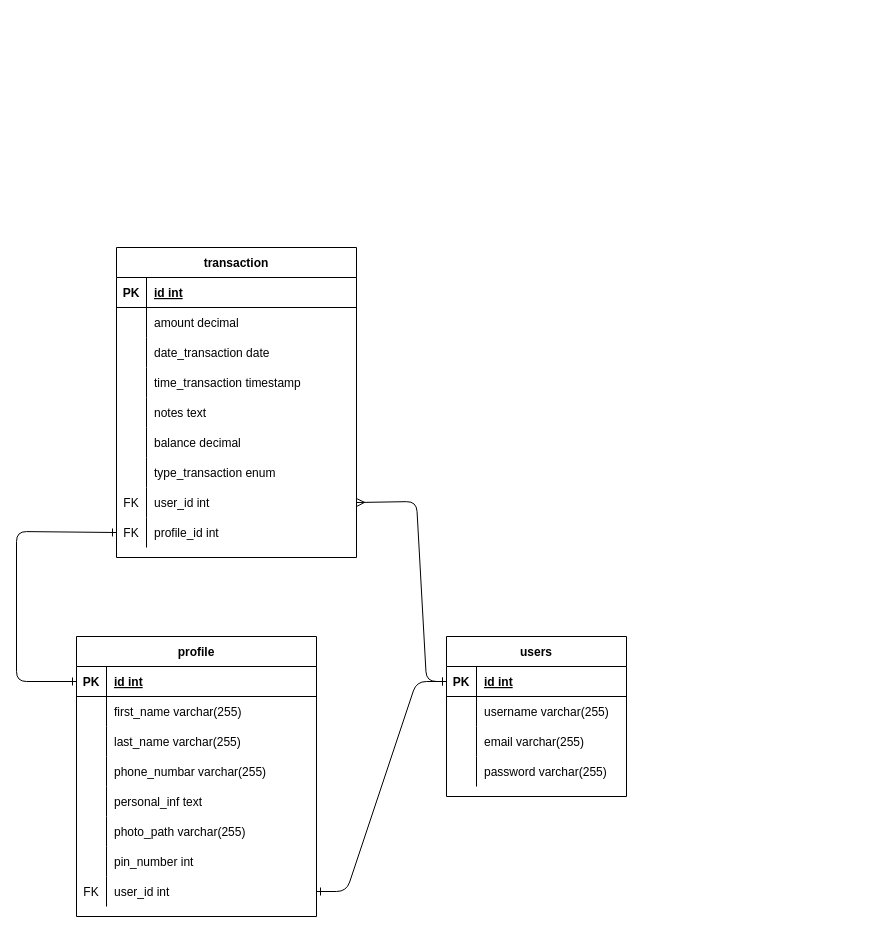
The draw.io diagram erd.drawio in afrizalsofyan/fw9-backend, before the edit. Source tidied: cells renumbered, new cells numbered last; positions are measured from the earlier drawing's top-left corner, leaving out a move shared by most shapes. Both pictures are drawn from the tidied source at 100%, with x=0, y=0 at pixel (16, 247).
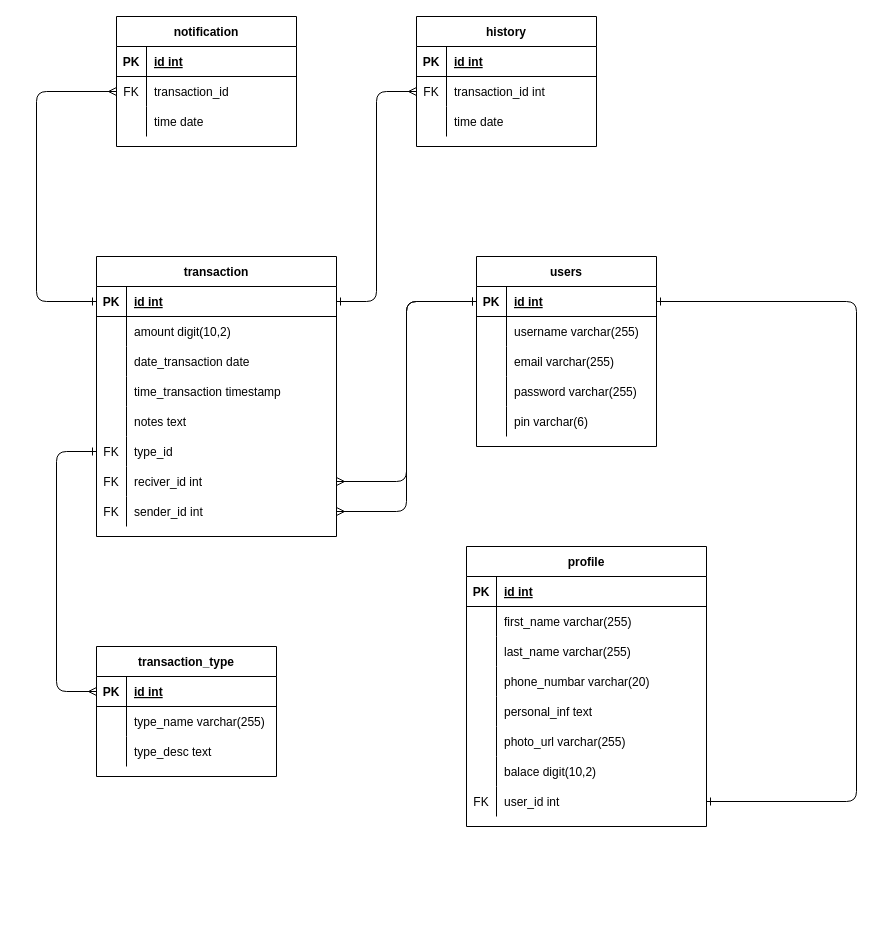
After the change.

The change refers to these unchanged cells:
```xml
<mxCell id="3" style="shape=partialRectangle;fillColor=none;top=0;left=0;bottom=1;right=0;points=[[0,0.5],[1,0.5]];portConstraint=eastwest;" parent="2" vertex="1">
  <mxGeometry y="30" width="180" height="30" as="geometry" />
</mxCell>
<mxCell id="17" style="shape=partialRectangle;fillColor=none;top=0;left=0;bottom=1;right=0;points=[[0,0.5],[1,0.5]];portConstraint=eastwest;" parent="16" vertex="1">
  <mxGeometry y="30" width="240" height="30" as="geometry" />
</mxCell>
<mxCell id="26" style="shape=partialRectangle;fillColor=none;top=0;left=0;bottom=0;right=0;" parent="16" vertex="1">
  <mxGeometry y="120" width="240" height="30" as="geometry" />
</mxCell>
<mxCell id="32" style="shape=partialRectangle;fillColor=none;top=0;left=0;bottom=0;right=0;" parent="16" vertex="1">
  <mxGeometry y="180" width="240" height="30" as="geometry" />
</mxCell>
<mxCell id="35" style="shape=partialRectangle;fillColor=none;top=0;left=0;bottom=0;right=0;" parent="16" vertex="1">
  <mxGeometry y="210" width="240" height="30" as="geometry" />
</mxCell>
<mxCell id="38" style="shape=partialRectangle;fillColor=none;top=0;left=0;bottom=0;right=0;points=[[0,0.5],[1,0.5]];portConstraint=eastwest;" parent="16" vertex="1">
  <mxGeometry y="240" width="240" height="30" as="geometry" />
</mxCell>
<mxCell id="43" style="shape=partialRectangle;fillColor=none;top=0;left=0;bottom=1;right=0;points=[[0,0.5],[1,0.5]];portConstraint=eastwest;" parent="42" vertex="1">
  <mxGeometry y="30" width="240" height="30" as="geometry" />
</mxCell>
<mxCell id="46" style="shape=partialRectangle;fillColor=none;top=0;left=0;bottom=0;right=0;" parent="42" vertex="1">
  <mxGeometry y="60" width="240" height="30" as="geometry" />
</mxCell>
```

Change to the diagram source:
```diff
@@
     <mxCell id="2" value="users" style="shape=table;startSize=30;childLayout=tableLayout;rowLines=0;fontStyle=1;align=center;" parent="1" vertex="1">
-      <mxGeometry x="430" y="389" width="180" height="160" as="geometry" />
+      <mxGeometry x="460" y="9" width="180" height="190" as="geometry" />
     </mxCell>
@@
-    <mxCell id="15" style="edgeStyle=none;html=1;entryX=0;entryY=0.5;entryDx=0;entryDy=0;startArrow=ERone;startFill=0;exitX=0;exitY=0.5;exitDx=0;exitDy=0;endArrow=ERone;endFill=0;" parent="1" edge="1" source="17" target="67">
-      <mxGeometry relative="1" as="geometry">
-        <Array as="points">
-          <mxPoint y="434" />
-          <mxPoint y="284" />
-        </Array>
-      </mxGeometry>
-    </mxCell>
+    <mxCell id="71" style="shape=partialRectangle;fillColor=none;top=0;left=0;bottom=0;right=0;" parent="2" vertex="1">
+      <mxGeometry y="150" width="180" height="30" as="geometry" />
+    </mxCell>
+    <mxCell id="72" style="shape=partialRectangle;fillColor=none;top=0;left=0;bottom=0;right=0;overflow=hidden;" parent="71" vertex="1">
+      <mxGeometry width="30" height="30" as="geometry" />
+    </mxCell>
+    <mxCell id="73" value="pin varchar(6)" style="shape=partialRectangle;fillColor=none;top=0;left=0;bottom=0;right=0;align=left;spacingLeft=6;overflow=hidden;" parent="71" vertex="1">
+      <mxGeometry x="30" width="150" height="30" as="geometry" />
+    </mxCell>
     <mxCell id="16" value="profile" style="shape=table;startSize=30;childLayout=tableLayout;rowLines=0;fontStyle=1;align=center;" parent="1" vertex="1">
-      <mxGeometry x="60" y="389" width="240" height="280" as="geometry" />
+      <mxGeometry x="450" y="299" width="240" height="280" as="geometry" />
     </mxCell>
@@
-    <mxCell id="28" value="phone_numbar varchar(255)" style="shape=partialRectangle;fillColor=none;top=0;left=0;bottom=0;right=0;align=left;spacingLeft=6;overflow=hidden;" parent="26" vertex="1">
+    <mxCell id="28" value="phone_numbar varchar(20)" style="shape=partialRectangle;fillColor=none;top=0;left=0;bottom=0;right=0;align=left;spacingLeft=6;overflow=hidden;" parent="26" vertex="1">
       <mxGeometry x="30" width="210" height="30" as="geometry" />
     </mxCell>
@@
-    <mxCell id="34" value="photo_path varchar(255)" style="shape=partialRectangle;fillColor=none;top=0;left=0;bottom=0;right=0;align=left;spacingLeft=6;overflow=hidden;" parent="32" vertex="1">
+    <mxCell id="34" value="photo_url varchar(255)" style="shape=partialRectangle;fillColor=none;top=0;left=0;bottom=0;right=0;align=left;spacingLeft=6;overflow=hidden;" parent="32" vertex="1">
       <mxGeometry x="30" width="210" height="30" as="geometry" />
     </mxCell>
@@
-    <mxCell id="36" style="shape=partialRectangle;fillColor=none;top=0;left=0;bottom=0;right=0;overflow=hidden;" parent="35" vertex="1">
-      <mxGeometry width="30" height="30" as="geometry" />
-    </mxCell>
-    <mxCell id="37" value="pin_number int" style="shape=partialRectangle;fillColor=none;top=0;left=0;bottom=0;right=0;align=left;spacingLeft=6;overflow=hidden;" parent="35" vertex="1">
-      <mxGeometry x="30" width="210" height="30" as="geometry" />
-    </mxCell>
+    <mxCell id="74" style="shape=partialRectangle;fillColor=none;top=0;left=0;bottom=0;right=0;overflow=hidden;" parent="35" vertex="1">
+      <mxGeometry width="30" height="30" as="geometry" />
+    </mxCell>
+    <mxCell id="75" value="balace digit(10,2)" style="shape=partialRectangle;fillColor=none;top=0;left=0;bottom=0;right=0;align=left;spacingLeft=6;overflow=hidden;" parent="35" vertex="1">
+      <mxGeometry x="30" width="210" height="30" as="geometry" />
+    </mxCell>
@@
-    <mxCell id="41" style="edgeStyle=none;html=1;startArrow=ERmany;startFill=0;endArrow=ERone;endFill=0;exitX=1;exitY=0.5;exitDx=0;exitDy=0;" parent="1" edge="1" source="64">
-      <mxGeometry relative="1" as="geometry">
-        <mxPoint x="430" y="434" as="targetPoint" />
-        <Array as="points">
-          <mxPoint x="400" y="254" />
-          <mxPoint x="410" y="434" />
-        </Array>
-      </mxGeometry>
-    </mxCell>
     <mxCell id="42" value="transaction" style="shape=table;startSize=30;childLayout=tableLayout;rowLines=0;fontStyle=1;align=center;" parent="1" vertex="1">
-      <mxGeometry x="100" width="240" height="310" as="geometry" />
+      <mxGeometry x="80" y="9" width="240" height="280" as="geometry" />
     </mxCell>
@@
-    <mxCell id="48" value="amount decimal" style="shape=partialRectangle;fillColor=none;top=0;left=0;bottom=0;right=0;align=left;spacingLeft=6;overflow=hidden;" parent="46" vertex="1">
+    <mxCell id="48" value="amount digit(10,2)" style="shape=partialRectangle;fillColor=none;top=0;left=0;bottom=0;right=0;align=left;spacingLeft=6;overflow=hidden;" parent="46" vertex="1">
       <mxGeometry x="30" width="210" height="30" as="geometry" />
     </mxCell>
@@
-    <mxCell id="58" style="shape=partialRectangle;fillColor=none;top=0;left=0;bottom=0;right=0;" parent="42" vertex="1">
-      <mxGeometry y="180" width="240" height="30" as="geometry" />
-    </mxCell>
-    <mxCell id="59" style="shape=partialRectangle;fillColor=none;top=0;left=0;bottom=0;right=0;overflow=hidden;" parent="58" vertex="1">
-      <mxGeometry width="30" height="30" as="geometry" />
-    </mxCell>
-    <mxCell id="60" value="balance decimal" style="shape=partialRectangle;fillColor=none;top=0;left=0;bottom=0;right=0;align=left;spacingLeft=6;overflow=hidden;" parent="58" vertex="1">
-      <mxGeometry x="30" width="210" height="30" as="geometry" />
-    </mxCell>
     <mxCell id="61" style="shape=partialRectangle;fillColor=none;top=0;left=0;bottom=0;right=0;points=[[0,0.5],[1,0.5]];portConstraint=eastwest;" parent="42" vertex="1">
-      <mxGeometry y="210" width="240" height="30" as="geometry" />
+      <mxGeometry y="180" width="240" height="30" as="geometry" />
     </mxCell>
-    <mxCell id="62" style="shape=partialRectangle;fillColor=none;top=0;left=0;bottom=0;right=0;overflow=hidden;" parent="61" vertex="1">
+    <mxCell id="62" value="FK" style="shape=partialRectangle;fillColor=none;top=0;left=0;bottom=0;right=0;overflow=hidden;" parent="61" vertex="1">
       <mxGeometry width="30" height="30" as="geometry" />
     </mxCell>
-    <mxCell id="63" value="type_transaction enum" style="shape=partialRectangle;fillColor=none;top=0;left=0;bottom=0;right=0;align=left;spacingLeft=6;overflow=hidden;" parent="61" vertex="1">
+    <mxCell id="63" value="type_id" style="shape=partialRectangle;fillColor=none;top=0;left=0;bottom=0;right=0;align=left;spacingLeft=6;overflow=hidden;" parent="61" vertex="1">
       <mxGeometry x="30" width="210" height="30" as="geometry" />
     </mxCell>
     <mxCell id="64" style="shape=partialRectangle;fillColor=none;top=0;left=0;bottom=0;right=0;points=[[0,0.5],[1,0.5]];portConstraint=eastwest;" parent="42" vertex="1">
-      <mxGeometry y="240" width="240" height="30" as="geometry" />
+      <mxGeometry y="210" width="240" height="30" as="geometry" />
     </mxCell>
@@
-    <mxCell id="66" value="user_id int" style="shape=partialRectangle;fillColor=none;top=0;left=0;bottom=0;right=0;align=left;spacingLeft=6;overflow=hidden;" parent="64" vertex="1">
+    <mxCell id="66" value="reciver_id int" style="shape=partialRectangle;fillColor=none;top=0;left=0;bottom=0;right=0;align=left;spacingLeft=6;overflow=hidden;" parent="64" vertex="1">
       <mxGeometry x="30" width="210" height="30" as="geometry" />
     </mxCell>
     <mxCell id="67" style="shape=partialRectangle;fillColor=none;top=0;left=0;bottom=0;right=0;points=[[0,0.5],[1,0.5]];portConstraint=eastwest;" parent="42" vertex="1">
-      <mxGeometry y="270" width="240" height="30" as="geometry" />
+      <mxGeometry y="240" width="240" height="30" as="geometry" />
     </mxCell>
@@
-    <mxCell id="69" value="profile_id int" style="shape=partialRectangle;fillColor=none;top=0;left=0;bottom=0;right=0;align=left;spacingLeft=6;overflow=hidden;" parent="67" vertex="1">
+    <mxCell id="69" value="sender_id int" style="shape=partialRectangle;fillColor=none;top=0;left=0;bottom=0;right=0;align=left;spacingLeft=6;overflow=hidden;" parent="67" vertex="1">
       <mxGeometry x="30" width="210" height="30" as="geometry" />
     </mxCell>
-    <mxCell id="70" style="edgeStyle=entityRelationEdgeStyle;fontSize=12;html=1;endArrow=ERone;endFill=1;exitX=1;exitY=0.5;exitDx=0;exitDy=0;entryX=0;entryY=0.5;entryDx=0;entryDy=0;startArrow=ERone;startFill=0;" parent="1" edge="1" source="38" target="3">
-      <mxGeometry relative="1" as="geometry" />
-    </mxCell>
+    <mxCell id="76" value="transaction_type" style="shape=table;startSize=30;childLayout=tableLayout;rowLines=0;fontStyle=1;align=center;" parent="1" vertex="1">
+      <mxGeometry x="80" y="399" width="180" height="130" as="geometry" />
+    </mxCell>
+    <mxCell id="77" style="shape=partialRectangle;fillColor=none;top=0;left=0;bottom=1;right=0;points=[[0,0.5],[1,0.5]];portConstraint=eastwest;" parent="76" vertex="1">
+      <mxGeometry y="30" width="180" height="30" as="geometry" />
+    </mxCell>
+    <mxCell id="78" value="PK" style="shape=partialRectangle;fillColor=none;top=0;left=0;bottom=0;right=0;fontStyle=1;overflow=hidden;" parent="77" vertex="1">
+      <mxGeometry width="30" height="30" as="geometry" />
+    </mxCell>
+    <mxCell id="79" value="id int" style="shape=partialRectangle;fillColor=none;top=0;left=0;bottom=0;right=0;align=left;spacingLeft=6;fontStyle=5;overflow=hidden;" parent="77" vertex="1">
+      <mxGeometry x="30" width="150" height="30" as="geometry" />
+    </mxCell>
+    <mxCell id="80" style="shape=partialRectangle;fillColor=none;top=0;left=0;bottom=0;right=0;" parent="76" vertex="1">
+      <mxGeometry y="60" width="180" height="30" as="geometry" />
+    </mxCell>
+    <mxCell id="81" style="shape=partialRectangle;fillColor=none;top=0;left=0;bottom=0;right=0;overflow=hidden;" parent="80" vertex="1">
+      <mxGeometry width="30" height="30" as="geometry" />
+    </mxCell>
+    <mxCell id="82" value="type_name varchar(255)" style="shape=partialRectangle;fillColor=none;top=0;left=0;bottom=0;right=0;align=left;spacingLeft=6;overflow=hidden;" parent="80" vertex="1">
+      <mxGeometry x="30" width="150" height="30" as="geometry" />
+    </mxCell>
+    <mxCell id="83" style="shape=partialRectangle;fillColor=none;top=0;left=0;bottom=0;right=0;" parent="76" vertex="1">
+      <mxGeometry y="90" width="180" height="30" as="geometry" />
+    </mxCell>
+    <mxCell id="84" style="shape=partialRectangle;fillColor=none;top=0;left=0;bottom=0;right=0;overflow=hidden;" parent="83" vertex="1">
+      <mxGeometry width="30" height="30" as="geometry" />
+    </mxCell>
+    <mxCell id="85" value="type_desc text" style="shape=partialRectangle;fillColor=none;top=0;left=0;bottom=0;right=0;align=left;spacingLeft=6;overflow=hidden;" parent="83" vertex="1">
+      <mxGeometry x="30" width="150" height="30" as="geometry" />
+    </mxCell>
+    <mxCell id="86" style="edgeStyle=orthogonalEdgeStyle;html=1;endArrow=ERone;endFill=0;startArrow=ERone;startFill=0;" parent="1" edge="1" source="38">
+      <mxGeometry relative="1" as="geometry">
+        <mxPoint x="640" y="54" as="targetPoint" />
+        <Array as="points">
+          <mxPoint x="840" y="554" />
+          <mxPoint x="840" y="54" />
+        </Array>
+      </mxGeometry>
+    </mxCell>
+    <mxCell id="87" style="edgeStyle=orthogonalEdgeStyle;html=1;entryX=0;entryY=0.5;entryDx=0;entryDy=0;startArrow=ERmany;startFill=0;endArrow=ERone;endFill=0;" parent="1" edge="1" source="64" target="3">
+      <mxGeometry relative="1" as="geometry" />
+    </mxCell>
+    <mxCell id="88" style="edgeStyle=orthogonalEdgeStyle;html=1;entryX=0;entryY=0.5;entryDx=0;entryDy=0;startArrow=ERmany;startFill=0;endArrow=ERone;endFill=0;" parent="1" edge="1" source="67" target="3">
+      <mxGeometry relative="1" as="geometry" />
+    </mxCell>
+    <mxCell id="89" style="edgeStyle=orthogonalEdgeStyle;html=1;entryX=0;entryY=0.5;entryDx=0;entryDy=0;startArrow=ERone;startFill=0;endArrow=ERmany;endFill=0;" parent="1" edge="1" source="61" target="77">
+      <mxGeometry relative="1" as="geometry">
+        <Array as="points">
+          <mxPoint x="40" y="204" />
+          <mxPoint x="40" y="444" />
+        </Array>
+      </mxGeometry>
+    </mxCell>
+    <mxCell id="90" value="notification" style="shape=table;startSize=30;childLayout=tableLayout;rowLines=0;fontStyle=1;align=center;" parent="1" vertex="1">
+      <mxGeometry x="100" y="-231" width="180" height="130" as="geometry" />
+    </mxCell>
+    <mxCell id="91" style="shape=partialRectangle;fillColor=none;top=0;left=0;bottom=1;right=0;" parent="90" vertex="1">
+      <mxGeometry y="30" width="180" height="30" as="geometry" />
+    </mxCell>
+    <mxCell id="92" value="PK" style="shape=partialRectangle;fillColor=none;top=0;left=0;bottom=0;right=0;fontStyle=1;overflow=hidden;" parent="91" vertex="1">
+      <mxGeometry width="30" height="30" as="geometry" />
+    </mxCell>
+    <mxCell id="93" value="id int" style="shape=partialRectangle;fillColor=none;top=0;left=0;bottom=0;right=0;align=left;spacingLeft=6;fontStyle=5;overflow=hidden;" parent="91" vertex="1">
+      <mxGeometry x="30" width="150" height="30" as="geometry" />
+    </mxCell>
+    <mxCell id="94" style="shape=partialRectangle;fillColor=none;top=0;left=0;bottom=0;right=0;points=[[0,0.5],[1,0.5]];portConstraint=eastwest;" parent="90" vertex="1">
+      <mxGeometry y="60" width="180" height="30" as="geometry" />
+    </mxCell>
+    <mxCell id="95" value="FK" style="shape=partialRectangle;fillColor=none;top=0;left=0;bottom=0;right=0;overflow=hidden;" parent="94" vertex="1">
+      <mxGeometry width="30" height="30" as="geometry" />
+    </mxCell>
+    <mxCell id="96" value="transaction_id" style="shape=partialRectangle;fillColor=none;top=0;left=0;bottom=0;right=0;align=left;spacingLeft=6;overflow=hidden;" parent="94" vertex="1">
+      <mxGeometry x="30" width="150" height="30" as="geometry" />
+    </mxCell>
+    <mxCell id="97" style="shape=partialRectangle;fillColor=none;top=0;left=0;bottom=0;right=0;" parent="90" vertex="1">
+      <mxGeometry y="90" width="180" height="30" as="geometry" />
+    </mxCell>
+    <mxCell id="98" style="shape=partialRectangle;fillColor=none;top=0;left=0;bottom=0;right=0;overflow=hidden;" parent="97" vertex="1">
+      <mxGeometry width="30" height="30" as="geometry" />
+    </mxCell>
+    <mxCell id="99" value="time date" style="shape=partialRectangle;fillColor=none;top=0;left=0;bottom=0;right=0;align=left;spacingLeft=6;overflow=hidden;" parent="97" vertex="1">
+      <mxGeometry x="30" width="150" height="30" as="geometry" />
+    </mxCell>
+    <mxCell id="100" value="history" style="shape=table;startSize=30;childLayout=tableLayout;rowLines=0;fontStyle=1;align=center;" parent="1" vertex="1">
+      <mxGeometry x="400" y="-231" width="180" height="130" as="geometry" />
+    </mxCell>
+    <mxCell id="101" style="shape=partialRectangle;fillColor=none;top=0;left=0;bottom=1;right=0;" parent="100" vertex="1">
+      <mxGeometry y="30" width="180" height="30" as="geometry" />
+    </mxCell>
+    <mxCell id="102" value="PK" style="shape=partialRectangle;fillColor=none;top=0;left=0;bottom=0;right=0;fontStyle=1;overflow=hidden;" parent="101" vertex="1">
+      <mxGeometry width="30" height="30" as="geometry" />
+    </mxCell>
+    <mxCell id="103" value="id int" style="shape=partialRectangle;fillColor=none;top=0;left=0;bottom=0;right=0;align=left;spacingLeft=6;fontStyle=5;overflow=hidden;" parent="101" vertex="1">
+      <mxGeometry x="30" width="150" height="30" as="geometry" />
+    </mxCell>
+    <mxCell id="104" style="shape=partialRectangle;fillColor=none;top=0;left=0;bottom=0;right=0;points=[[0,0.5],[1,0.5]];portConstraint=eastwest;" parent="100" vertex="1">
+      <mxGeometry y="60" width="180" height="30" as="geometry" />
+    </mxCell>
+    <mxCell id="105" value="FK" style="shape=partialRectangle;fillColor=none;top=0;left=0;bottom=0;right=0;overflow=hidden;" parent="104" vertex="1">
+      <mxGeometry width="30" height="30" as="geometry" />
+    </mxCell>
+    <mxCell id="106" value="transaction_id int" style="shape=partialRectangle;fillColor=none;top=0;left=0;bottom=0;right=0;align=left;spacingLeft=6;overflow=hidden;" parent="104" vertex="1">
+      <mxGeometry x="30" width="150" height="30" as="geometry" />
+    </mxCell>
+    <mxCell id="107" style="shape=partialRectangle;fillColor=none;top=0;left=0;bottom=0;right=0;" parent="100" vertex="1">
+      <mxGeometry y="90" width="180" height="30" as="geometry" />
+    </mxCell>
+    <mxCell id="108" style="shape=partialRectangle;fillColor=none;top=0;left=0;bottom=0;right=0;overflow=hidden;" parent="107" vertex="1">
+      <mxGeometry width="30" height="30" as="geometry" />
+    </mxCell>
+    <mxCell id="109" value="time date" style="shape=partialRectangle;fillColor=none;top=0;left=0;bottom=0;right=0;align=left;spacingLeft=6;overflow=hidden;" parent="107" vertex="1">
+      <mxGeometry x="30" width="150" height="30" as="geometry" />
+    </mxCell>
+    <mxCell id="110" style="edgeStyle=orthogonalEdgeStyle;html=1;exitX=0;exitY=0.5;exitDx=0;exitDy=0;entryX=0;entryY=0.5;entryDx=0;entryDy=0;startArrow=ERone;startFill=0;endArrow=ERmany;endFill=0;" parent="1" edge="1" source="43" target="94">
+      <mxGeometry relative="1" as="geometry">
+        <Array as="points">
+          <mxPoint x="20" y="54" />
+          <mxPoint x="20" y="-156" />
+        </Array>
+      </mxGeometry>
+    </mxCell>
+    <mxCell id="111" style="edgeStyle=orthogonalEdgeStyle;html=1;entryX=0;entryY=0.5;entryDx=0;entryDy=0;startArrow=ERone;startFill=0;endArrow=ERmany;endFill=0;" parent="1" edge="1" source="43" target="104">
+      <mxGeometry relative="1" as="geometry" />
+    </mxCell>
```
